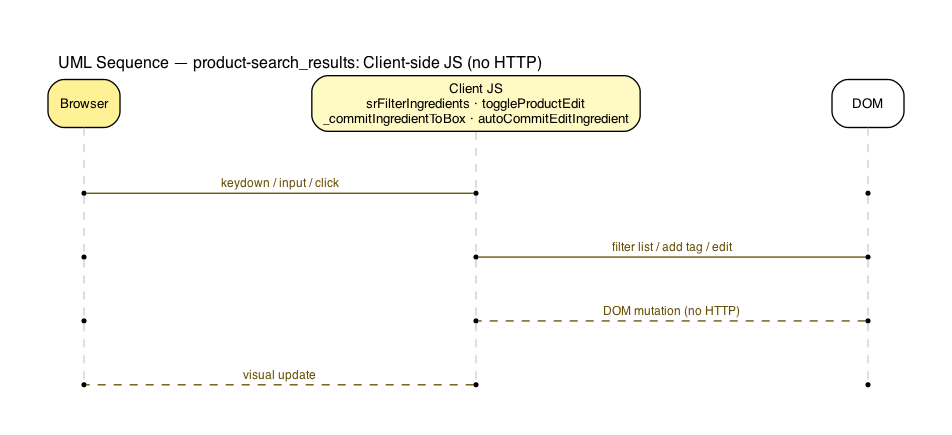
This is docs/flow_product_client.png from CFF4HA/Dashboard, a Graphviz export, as it was before one commit. Its source is kept beside it as docs/flow_product_client.dot. Its diagram source:
```dot
digraph flow_product_client {
  rankdir=TB
  graph [
    label="UML Sequence — product-search_results: Client-side JS (no HTTP)",
    labelloc=t, labeljust=l,
    fontname="Helvetica", fontsize=12,
    nodesep=2.0, ranksep=0.6,
    splines=polyline, pad=0.5
  ]
  node [fontname="Helvetica", fontsize=10, height=0.5]
  edge [fontname="Helvetica", fontsize=9, arrowsize=0.75]

  { rank=min
    Browser  [label="Browser",                                                      shape=rect, style="filled,rounded", fillcolor="#fff196"]
    ClientJS [label="Client JS\nsrFilterIngredients · toggleProductEdit\n_commitIngredientToBox · autoCommitEditIngredient", shape=rect, style="filled,rounded", fillcolor="#fff9c4"]
    DOM      [label="DOM",                                                           shape=rect, style="filled,rounded", fillcolor="#ffffff"]
  }

  node [shape=point, width=0.04, height=0.04, label=""]

  edge [style=dashed, arrowhead=none, color="#cccccc", weight=20]
  Browser  -> b0 -> b1 -> b2 -> b3
  ClientJS -> j0 -> j1 -> j2 -> j3
  DOM      -> m0 -> m1 -> m2 -> m3

  { rank=same; b0; j0; m0 }
  { rank=same; b1; j1; m1 }
  { rank=same; b2; j2; m2 }
  { rank=same; b3; j3; m3 }

  edge [constraint=false, fontsize=9]
  b0 -> j0 [label="  keydown / input / click  ",        style=solid,  color="#664d03", fontcolor="#664d03"]
  j1 -> m1 [label="  filter list / add tag / edit  ",   style=solid,  color="#664d03", fontcolor="#664d03"]
  m2 -> j2 [label="  DOM mutation (no HTTP)  ",          style=dashed, color="#664d03", fontcolor="#664d03"]
  j3 -> b3 [label="  visual update  ",                   style=dashed, color="#664d03", fontcolor="#664d03"]
}
```
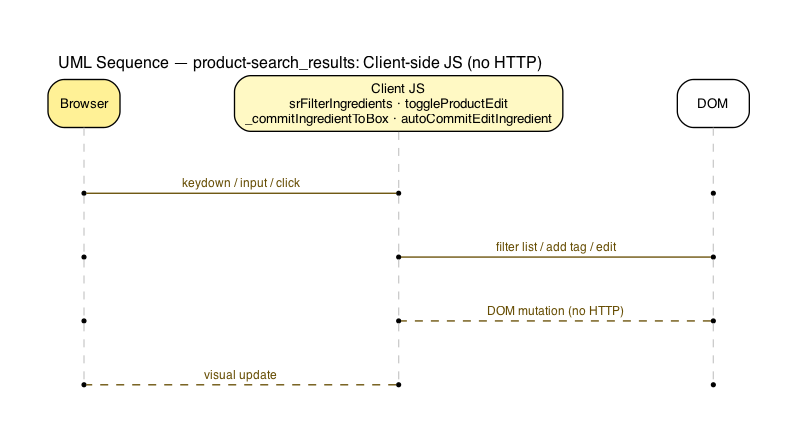
After the commit.

The edit, as a diff of the source:
```diff
@@ -4,8 +4,8 @@
     label="UML Sequence — product-search_results: Client-side JS (no HTTP)",
     labelloc=t, labeljust=l,
     fontname="Helvetica", fontsize=12,
-    nodesep=2.0, ranksep=0.6,
-    splines=polyline, pad=0.5
+    nodesep=1.2, ranksep=0.6,
+    splines=line, pad=0.5
   ]
   node [fontname="Helvetica", fontsize=10, height=0.5]
   edge [fontname="Helvetica", fontsize=9, arrowsize=0.75]
@@ -29,8 +29,8 @@
   { rank=same; b3; j3; m3 }
 
   edge [constraint=false, fontsize=9]
-  b0 -> j0 [label="  keydown / input / click  ",        style=solid,  color="#664d03", fontcolor="#664d03"]
-  j1 -> m1 [label="  filter list / add tag / edit  ",   style=solid,  color="#664d03", fontcolor="#664d03"]
-  m2 -> j2 [label="  DOM mutation (no HTTP)  ",          style=dashed, color="#664d03", fontcolor="#664d03"]
-  j3 -> b3 [label="  visual update  ",                   style=dashed, color="#664d03", fontcolor="#664d03"]
+  b0 -> j0 [label="  keydown / input / click  \n",        style=solid,  color="#664d03", fontcolor="#664d03"]
+  j1 -> m1 [label="  filter list / add tag / edit  \n",   style=solid,  color="#664d03", fontcolor="#664d03"]
+  m2 -> j2 [label="  DOM mutation (no HTTP)  \n",          style=dashed, color="#664d03", fontcolor="#664d03"]
+  j3 -> b3 [label="  visual update  \n",                   style=dashed, color="#664d03", fontcolor="#664d03"]
 }
```
